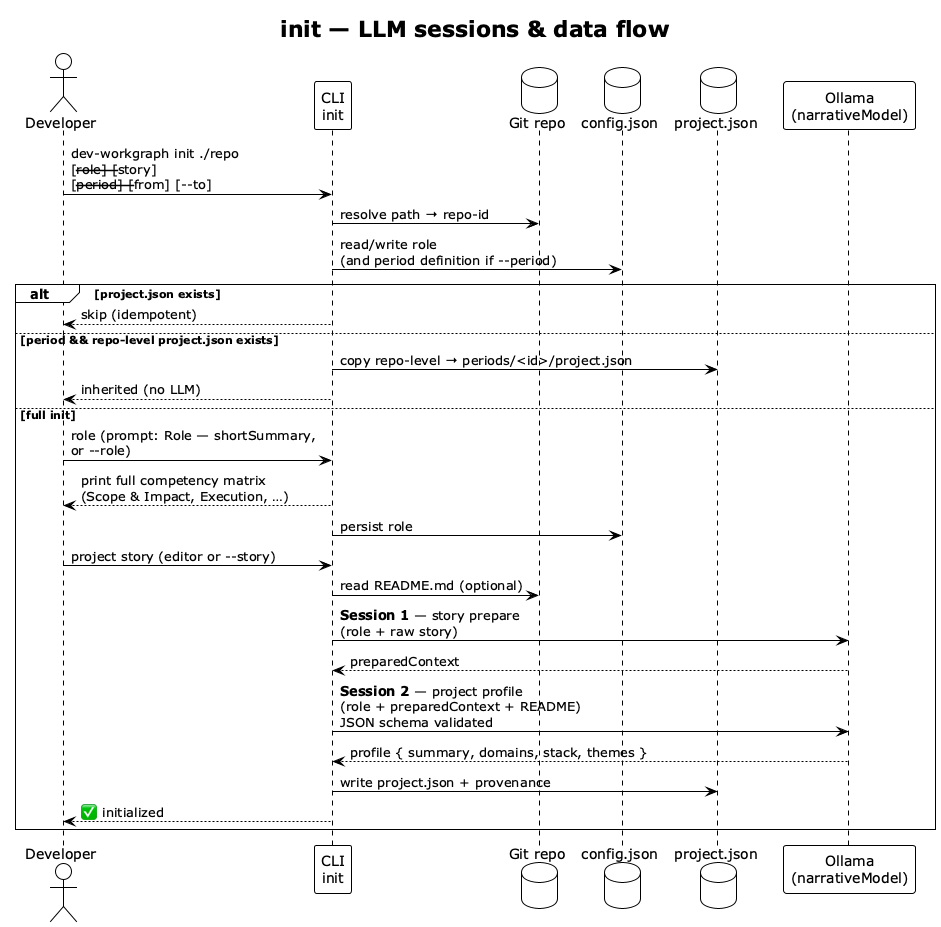
Before: img/preconditions-init-sequence.png, a diagram exported from PlantUML (vzakharchenko/dev-workgraph).
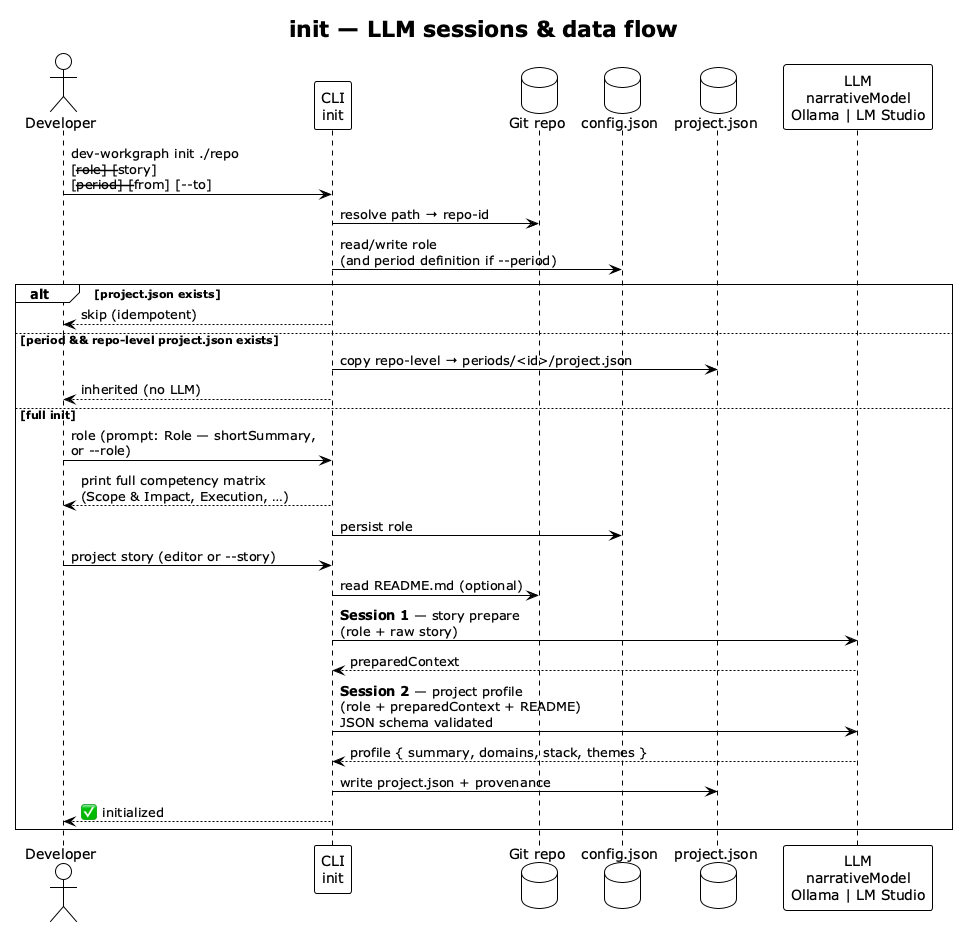
The same file after the commit.

Diff of the diagram source:
```diff
@@ -9,7 +9,7 @@
 database "Git repo" as REPO
 database "config.json" as CFG
 database "project.json" as PJ
-participant "Ollama\n(narrativeModel)" as LLM
+participant "LLM\nnarrativeModel\nOllama | LM Studio" as LLM
 
 DEV -> CLI : dev-workgraph init ./repo\n[--role] [--story]\n[--period] [--from] [--to]
 
```
